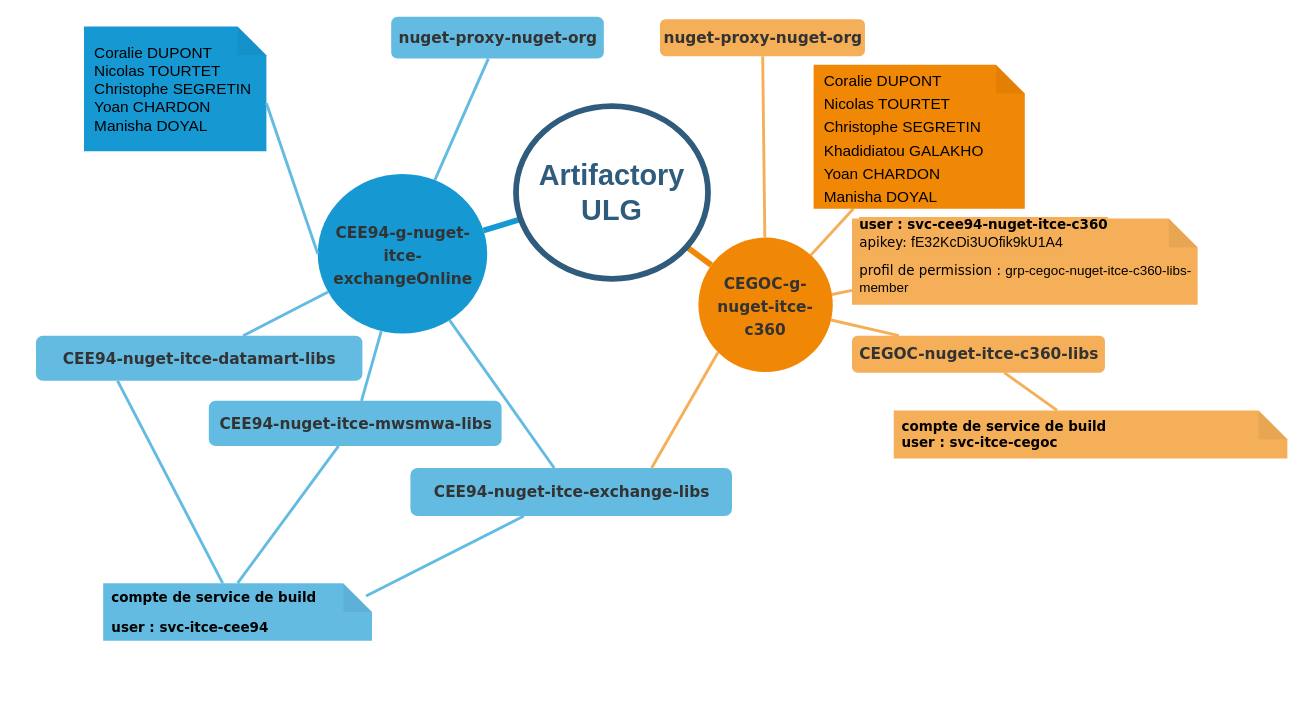
Above: page "C360-Administrateurs" (1 of 2) of artifactory-uld_Diagram.drawio in jmrablat/diagrams (draw.io), before the change. Source tidied: cells renumbered, new cells numbered last; positions are measured from the earlier drawing's top-left corner, leaving out a move shared by most shapes. Both pictures are drawn from the tidied source at 96%, with x=0, y=0 at pixel (36, 16).
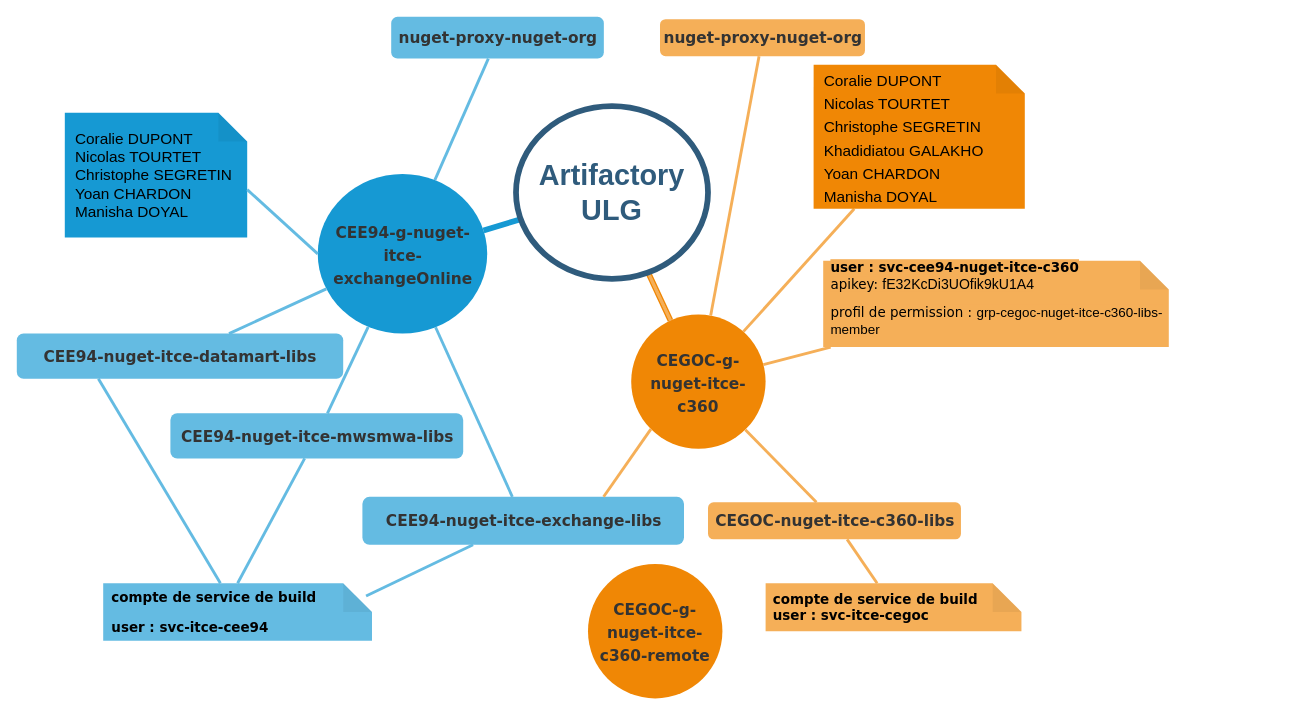
Above is the later version.

Commit message:
déplacement des formes

Unchanged cells that the change refers to:
```xml
<mxCell id="24" value="Artifactory ULG" style="ellipse;whiteSpace=wrap;html=1;shadow=0;fontFamily=Helvetica;fontSize=30;fontColor=#2F5B7C;align=center;strokeColor=#2F5B7C;strokeWidth=6;fillColor=#FFFFFF;fontStyle=1;gradientColor=none;" parent="1" vertex="1">
  <mxGeometry x="500" y="93" width="200" height="180" as="geometry" />
</mxCell>
```

What changed in the source:
```diff
@@
     <mxCell id="5" value="&lt;span style=&quot;color: rgb(51 , 51 , 51) ; font-family: &amp;#34;verdana&amp;#34; ; font-size: 16px ; font-weight: 700&quot;&gt;CEGOC-g-nuget-itce-c360&lt;/span&gt;" style="ellipse;whiteSpace=wrap;html=1;shadow=0;fontFamily=Helvetica;fontSize=20;fontColor=#FFFFFF;align=center;strokeWidth=3;fillColor=#F08705;strokeColor=none;gradientColor=none;" parent="1" vertex="1">
-      <mxGeometry x="690" y="230" width="140" height="140" as="geometry" />
+      <mxGeometry x="620" y="310" width="140" height="140" as="geometry" />
     </mxCell>
@@
     <mxCell id="11" value="&lt;span style=&quot;color: rgb(51 , 51 , 51) ; font-family: &amp;#34;verdana&amp;#34; ; font-size: 16px ; font-weight: 700&quot;&gt;CEE94-nuget-itce-exchange-libs&lt;/span&gt;" style="rounded=1;fillColor=#64BBE2;strokeColor=none;strokeWidth=3;shadow=0;html=1;fontColor=#FFFFFF;" parent="1" vertex="1">
-      <mxGeometry x="390" y="470" width="335" height="50" as="geometry" />
+      <mxGeometry x="340" y="500" width="335" height="50" as="geometry" />
     </mxCell>
@@
     <mxCell id="13" value="&lt;span style=&quot;color: rgb(51 , 51 , 51) ; font-family: &amp;#34;verdana&amp;#34; ; font-size: 16px ; font-weight: 700&quot;&gt;CEE94-nuget-itce-datamart-libs&lt;/span&gt;" style="rounded=1;fillColor=#64BBE2;strokeColor=none;strokeWidth=3;shadow=0;html=1;fontColor=#FFFFFF;" parent="1" vertex="1">
-      <mxGeometry y="332.2" width="340" height="47" as="geometry" />
+      <mxGeometry x="-20" y="330" width="340" height="47" as="geometry" />
     </mxCell>
@@
     <mxCell id="15" value="&lt;span style=&quot;color: rgb(51 , 51 , 51) ; font-family: &amp;#34;verdana&amp;#34; ; font-size: 16px ; font-weight: 700&quot;&gt;CEE94-nuget-itce-mwsmwa-libs&lt;/span&gt;" style="rounded=1;fillColor=#64BBE2;strokeColor=none;strokeWidth=3;shadow=0;html=1;fontColor=#FFFFFF;" parent="1" vertex="1">
-      <mxGeometry x="180" y="400" width="305" height="47" as="geometry" />
+      <mxGeometry x="140" y="413" width="305" height="47" as="geometry" />
     </mxCell>
@@
     <mxCell id="21" value="&lt;span style=&quot;color: rgb(51 , 51 , 51) ; font-family: &amp;#34;verdana&amp;#34; ; font-size: 16px ; font-weight: 700&quot;&gt;CEGOC-nuget-itce-c360-libs&lt;/span&gt;" style="rounded=1;fillColor=#f5af58;strokeColor=none;strokeWidth=3;shadow=0;html=1;fontColor=#FFFFFF;" parent="1" vertex="1">
-      <mxGeometry x="850" y="332.2" width="263.5" height="38.5" as="geometry" />
+      <mxGeometry x="700" y="505.8" width="263.5" height="38.5" as="geometry" />
     </mxCell>
@@
+    <mxCell id="32" style="edgeStyle=none;jettySize=auto;html=1;endArrow=none;strokeColor=#F5AF58;strokeWidth=3;" parent="1" edge="1" source="24" target="5">
+      <mxGeometry relative="1" as="geometry" />
+    </mxCell>
+    <mxCell id="33" style="edgeStyle=none;jettySize=auto;html=1;endArrow=none;strokeColor=#F5AF58;strokeWidth=3;fontSize=20;fontColor=#FFFFFF;" parent="1" edge="1" source="24" target="5">
+      <mxGeometry relative="1" as="geometry" />
+    </mxCell>
@@
     <mxCell id="26" value="Coralie DUPONT&lt;br&gt;Nicolas TOURTET&lt;br&gt;Christophe SEGRETIN&lt;br&gt;Yoan CHARDON&lt;br&gt;Manisha DOYAL" style="shape=note;backgroundOutline=1;darkOpacity=0.05;shadow=0;fontSize=16;strokeColor=none;strokeWidth=3;fillColor=#1699D3;html=1;whiteSpace=wrap;align=left;spacingLeft=9;" parent="1" vertex="1">
-      <mxGeometry x="50" y="10" width="190" height="130" as="geometry" />
+      <mxGeometry x="30" y="100" width="190" height="130" as="geometry" />
     </mxCell>
@@
     <mxCell id="29" value="&lt;p style=&quot;margin: 0in ; font-size: 14px&quot;&gt;&lt;font style=&quot;font-size: 14px&quot;&gt;compte de service de build&lt;/font&gt;&lt;/p&gt;&lt;p style=&quot;margin: 0in ; font-size: 14px&quot;&gt;&lt;font style=&quot;font-size: 14px&quot;&gt;user&amp;nbsp;: svc-itce-cegoc&lt;/font&gt;&lt;/p&gt;" style="shape=note;whiteSpace=wrap;html=1;backgroundOutline=1;darkOpacity=0.05;rounded=1;shadow=0;strokeColor=none;strokeWidth=3;fillColor=#f5af58;align=left;spacingLeft=6;fontStyle=1;fontFamily=Verdana;" parent="1" vertex="1">
-      <mxGeometry x="893.5" y="410" width="410" height="50" as="geometry" />
+      <mxGeometry x="760" y="590" width="266.5" height="50" as="geometry" />
     </mxCell>
@@
     <mxCell id="31" value="&lt;p style=&quot;margin: 0in ; font-size: 14px&quot;&gt;&lt;span style=&quot;background-color: rgb(245 , 175 , 88)&quot;&gt;user&amp;nbsp;: svc-cee94-nuget-itce-c360&lt;br&gt;&lt;/span&gt;&lt;/p&gt;&lt;p style=&quot;box-sizing: border-box ; margin: 0px 0px 10px ; font-size: 14px ; font-weight: 400&quot;&gt;&lt;span style=&quot;background-color: rgb(245 , 175 , 88)&quot;&gt;apikey:&amp;nbsp;&lt;span style=&quot;box-sizing: border-box ; font-size: 11pt&quot;&gt;&lt;span style=&quot;box-sizing: border-box ; font-family: &amp;#34;calibri&amp;#34; , sans-serif&quot;&gt;fE32KcDi3UOfik9kU1A4&lt;/span&gt;&lt;/span&gt;&lt;/span&gt;&lt;/p&gt;&lt;p style=&quot;box-sizing: border-box ; margin: 0px 0px 10px ; font-size: 14px ; font-weight: 400&quot;&gt;&lt;span style=&quot;background-color: rgb(245 , 175 , 88)&quot;&gt;profil de permission :&lt;span style=&quot;box-sizing: border-box&quot;&gt;&lt;span style=&quot;box-sizing: border-box&quot;&gt;&amp;nbsp;&lt;/span&gt;&lt;span style=&quot;box-sizing: border-box ; font-size: 11pt&quot;&gt;&lt;span style=&quot;box-sizing: border-box ; font-family: &amp;#34;calibri&amp;#34; , sans-serif&quot;&gt;&lt;span style=&quot;box-sizing: border-box ; font-size: 10.5pt&quot;&gt;&lt;span style=&quot;box-sizing: border-box ; font-family: &amp;#34;helvetica&amp;#34; , sans-serif&quot;&gt;&lt;span style=&quot;box-sizing: border-box&quot;&gt;grp-cegoc-nuget-itce-c360-libs-member&lt;/span&gt;&lt;/span&gt;&lt;/span&gt;&lt;/span&gt;&lt;/span&gt;&lt;/span&gt;&lt;/span&gt;&lt;/p&gt;" style="shape=note;whiteSpace=wrap;html=1;backgroundOutline=1;darkOpacity=0.05;rounded=1;shadow=0;strokeColor=none;strokeWidth=3;fillColor=#f5af58;align=left;spacingLeft=6;fontStyle=1;fontFamily=Verdana;" parent="1" vertex="1">
-      <mxGeometry x="850" y="210" width="360" height="90" as="geometry" />
+      <mxGeometry x="820" y="254" width="360" height="90" as="geometry" />
     </mxCell>
+    <mxCell id="34" value="&lt;font color=&quot;#333333&quot; face=&quot;verdana&quot;&gt;&lt;span style=&quot;font-size: 16px&quot;&gt;&lt;b&gt;CEGOC-g-nuget-itce-c360-remote&lt;/b&gt;&lt;/span&gt;&lt;/font&gt;" style="ellipse;whiteSpace=wrap;html=1;shadow=0;fontFamily=Helvetica;fontSize=20;fontColor=#FFFFFF;align=center;strokeWidth=3;fillColor=#F08705;strokeColor=none;gradientColor=none;" parent="1" vertex="1">
+      <mxGeometry x="575" y="570" width="140" height="140" as="geometry" />
+    </mxCell>
```
